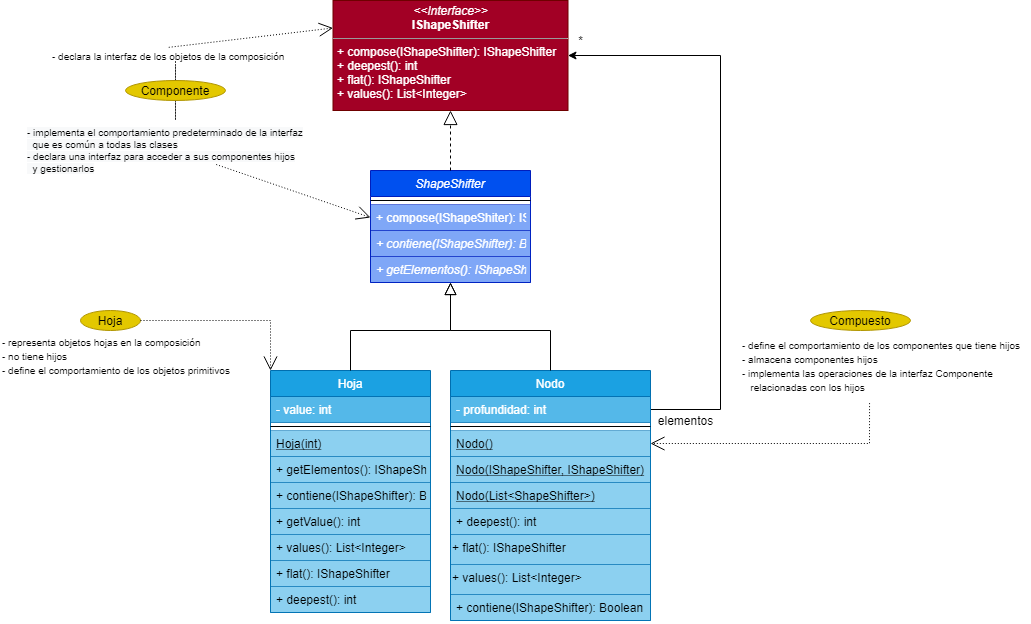
Earlier version of the draw.io export src/ar/edu/unq/po2/composite/shapeShifter/Diagrama IShapeShifter.png (leonelmontiel/unq-po2-2do). Source tidied: cells renumbered, new cells last; positions are measured from the earlier drawing's top-left corner, leaving out a move shared by most shapes.
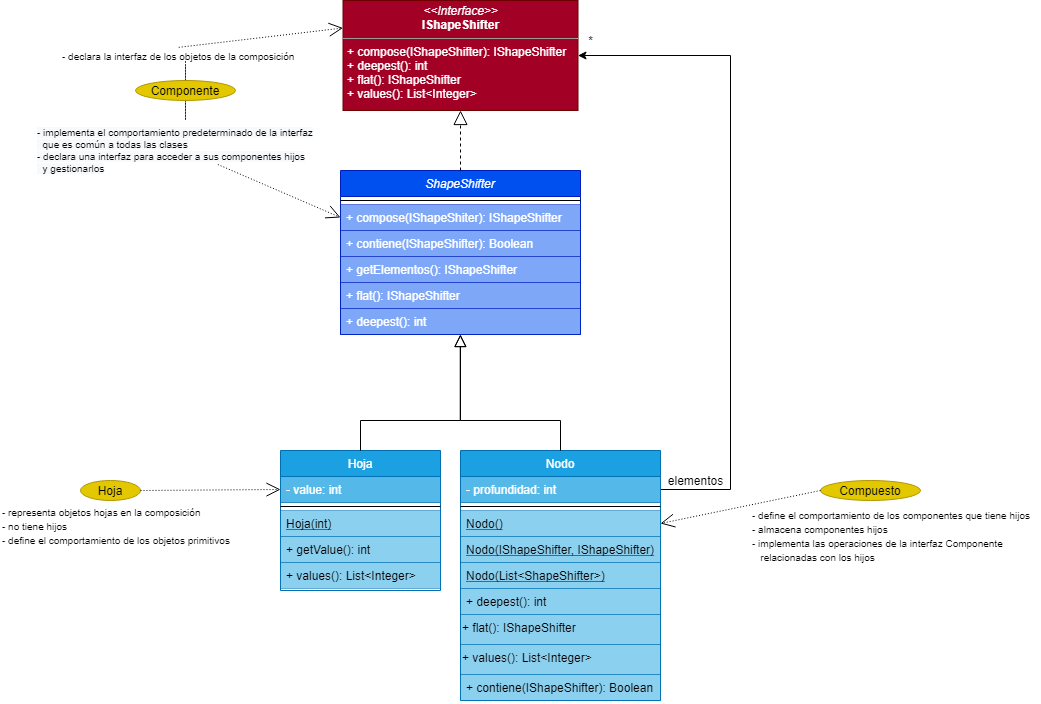
Above is the later version.

Commit message:
resubo diagrama corregido

Change to the diagram source:
```diff
@@ -3,22 +3,28 @@
     <mxCell id="0" />
     <mxCell id="1" parent="0" />
     <mxCell id="2" value="ShapeShifter" style="swimlane;fontStyle=2;align=center;verticalAlign=top;horizontal=1;startSize=26;rounded=0;shadow=0;strokeWidth=1;fillColor=#0050ef;fontColor=#ffffff;strokeColor=#001DBC;" parent="1" vertex="1">
-      <mxGeometry x="370" y="170" width="160" height="112" as="geometry" />
+      <mxGeometry x="330" y="170" width="240" height="164" as="geometry" />
     </mxCell>
     <mxCell id="3" style="line;html=1;strokeWidth=1;align=left;verticalAlign=middle;spacingTop=-1;spacingLeft=3;spacingRight=3;labelPosition=right;" parent="2" vertex="1">
-      <mxGeometry y="26" width="160" height="8" as="geometry" />
+      <mxGeometry y="26" width="240" height="8" as="geometry" />
     </mxCell>
     <mxCell id="4" value="+ compose(IShapeShiter): IShapeShifter" style="text;align=left;verticalAlign=top;spacingLeft=4;spacingRight=4;overflow=hidden;points=[[0,0.5],[1,0.5]];portConstraint=eastwest;fontStyle=0;fillColor=#0050ef;fontColor=#ffffff;strokeColor=#001DBC;opacity=50;" parent="2" vertex="1">
-      <mxGeometry y="34" width="160" height="26" as="geometry" />
+      <mxGeometry y="34" width="240" height="26" as="geometry" />
     </mxCell>
-    <mxCell id="5" value="+ contiene(IShapeShifter): Boolean" style="text;align=left;verticalAlign=top;spacingLeft=4;spacingRight=4;overflow=hidden;fontStyle=2;fillColor=#0050ef;fontColor=#ffffff;strokeColor=#001DBC;opacity=50;" parent="2" vertex="1">
-      <mxGeometry y="60" width="160" height="26" as="geometry" />
+    <mxCell id="5" value="+ contiene(IShapeShifter): Boolean" style="text;align=left;verticalAlign=top;spacingLeft=4;spacingRight=4;overflow=hidden;fontStyle=0;fillColor=#0050ef;fontColor=#ffffff;strokeColor=#001DBC;opacity=50;" parent="2" vertex="1">
+      <mxGeometry y="60" width="240" height="26" as="geometry" />
     </mxCell>
-    <mxCell id="6" value="+ getElementos(): IShapeShifter" style="text;align=left;verticalAlign=top;spacingLeft=4;spacingRight=4;overflow=hidden;fontStyle=2;fillColor=#0050ef;fontColor=#ffffff;strokeColor=#001DBC;opacity=50;" parent="2" vertex="1">
-      <mxGeometry y="86" width="160" height="26" as="geometry" />
+    <mxCell id="6" value="+ getElementos(): IShapeShifter" style="text;align=left;verticalAlign=top;spacingLeft=4;spacingRight=4;overflow=hidden;fontStyle=0;fillColor=#0050ef;fontColor=#ffffff;strokeColor=#001DBC;opacity=50;" parent="2" vertex="1">
+      <mxGeometry y="86" width="240" height="26" as="geometry" />
     </mxCell>
+    <mxCell id="15" value="+ flat(): IShapeShifter" style="text;align=left;verticalAlign=top;spacingLeft=4;spacingRight=4;overflow=hidden;fillColor=#0050ef;fontColor=#ffffff;strokeColor=#001DBC;opacity=50;" parent="2" vertex="1">
+      <mxGeometry y="112" width="240" height="26" as="geometry" />
+    </mxCell>
+    <mxCell id="16" value="+ deepest(): int" style="text;align=left;verticalAlign=top;spacingLeft=4;spacingRight=4;overflow=hidden;points=[[0,0.5],[1,0.5]];portConstraint=eastwest;fillColor=#0050ef;fontColor=#ffffff;strokeColor=#001DBC;opacity=50;" parent="2" vertex="1">
+      <mxGeometry y="138" width="240" height="26" as="geometry" />
+    </mxCell>
     <mxCell id="7" value="Hoja" style="swimlane;fontStyle=0;align=center;verticalAlign=top;horizontal=1;startSize=26;rounded=0;shadow=0;strokeWidth=1;fillColor=#1ba1e2;fontColor=#ffffff;strokeColor=#006EAF;" parent="1" vertex="1">
-      <mxGeometry x="270" y="370" width="160" height="242" as="geometry" />
+      <mxGeometry x="270" y="450" width="160" height="140" as="geometry" />
     </mxCell>
     <mxCell id="8" value="- value: int" style="text;align=left;verticalAlign=top;spacingLeft=4;spacingRight=4;overflow=hidden;points=[[0,0.5],[1,0.5]];portConstraint=eastwest;fillColor=#1ba1e2;fontColor=#ffffff;strokeColor=#006EAF;opacity=75;" parent="7" vertex="1">
       <mxGeometry y="26" width="160" height="26" as="geometry" />
@@ -29,27 +35,16 @@
     <mxCell id="10" value="Hoja(int)" style="text;align=left;verticalAlign=top;spacingLeft=4;spacingRight=4;overflow=hidden;fontStyle=4;fillColor=#1ba1e2;fontColor=#000000;strokeColor=#006EAF;opacity=50;" parent="7" vertex="1">
       <mxGeometry y="60" width="160" height="26" as="geometry" />
     </mxCell>
-    <mxCell id="11" value="+ getElementos(): IShapeShifter" style="text;align=left;verticalAlign=top;spacingLeft=4;spacingRight=4;overflow=hidden;fontStyle=0;fillColor=#1ba1e2;fontColor=#000000;strokeColor=#006EAF;opacity=50;" parent="7" vertex="1">
-      <mxGeometry y="86" width="160" height="26" as="geometry" />
-    </mxCell>
-    <mxCell id="12" value="+ contiene(IShapeShifter): Boolean" style="text;align=left;verticalAlign=top;spacingLeft=4;spacingRight=4;overflow=hidden;fontStyle=0;fillColor=#1ba1e2;fontColor=#000000;strokeColor=#006EAF;opacity=50;" parent="7" vertex="1">
-      <mxGeometry y="112" width="160" height="26" as="geometry" />
-    </mxCell>
     <mxCell id="13" value="+ getValue(): int" style="text;align=left;verticalAlign=top;spacingLeft=4;spacingRight=4;overflow=hidden;fillColor=#1ba1e2;fontColor=#000000;strokeColor=#006EAF;opacity=50;" parent="7" vertex="1">
-      <mxGeometry y="138" width="160" height="26" as="geometry" />
+      <mxGeometry y="86" width="160" height="26" as="geometry" />
     </mxCell>
     <mxCell id="14" value="+ values(): List&lt;Integer&gt;" style="text;align=left;verticalAlign=top;spacingLeft=4;spacingRight=4;overflow=hidden;fillColor=#1ba1e2;fontColor=#000000;strokeColor=#006EAF;opacity=50;" parent="7" vertex="1">
-      <mxGeometry y="164" width="160" height="26" as="geometry" />
+      <mxGeometry y="112" width="160" height="26" as="geometry" />
     </mxCell>
-    <mxCell id="15" value="+ flat(): IShapeShifter" style="text;align=left;verticalAlign=top;spacingLeft=4;spacingRight=4;overflow=hidden;fillColor=#1ba1e2;fontColor=#000000;strokeColor=#006EAF;opacity=50;" parent="7" vertex="1">
-      <mxGeometry y="190" width="160" height="26" as="geometry" />
-    </mxCell>
-    <mxCell id="16" value="+ deepest(): int" style="text;align=left;verticalAlign=top;spacingLeft=4;spacingRight=4;overflow=hidden;points=[[0,0.5],[1,0.5]];portConstraint=eastwest;fillColor=#1ba1e2;fontColor=#000000;strokeColor=#006EAF;opacity=50;" parent="7" vertex="1">
-      <mxGeometry y="216" width="160" height="26" as="geometry" />
-    </mxCell>
-    <mxCell id="17" style="endArrow=block;endSize=10;endFill=0;shadow=0;strokeWidth=1;rounded=0;edgeStyle=elbowEdgeStyle;elbow=vertical;" parent="1" edge="1" source="7" target="2">
+    <mxCell id="17" style="endArrow=block;endSize=10;endFill=0;shadow=0;strokeWidth=1;rounded=0;edgeStyle=elbowEdgeStyle;elbow=vertical;entryX=0.499;entryY=1.002;entryDx=0;entryDy=0;entryPerimeter=0;" parent="1" edge="1" source="7" target="16">
       <mxGeometry relative="1" as="geometry">
         <Array as="points">
+          <mxPoint x="450" y="420" />
           <mxPoint x="350" y="330" />
         </Array>
       </mxGeometry>
@@ -57,13 +52,13 @@
     <mxCell id="18" style="edgeStyle=orthogonalEdgeStyle;rounded=0;jettySize=auto;html=1;entryX=1;entryY=0.5;entryDx=0;entryDy=0;exitX=1;exitY=0.5;exitDx=0;exitDy=0;" parent="1" edge="1" source="20" target="30">
       <mxGeometry relative="1" as="geometry">
         <Array as="points">
-          <mxPoint x="720" y="409" />
+          <mxPoint x="720" y="489" />
           <mxPoint x="720" y="55" />
         </Array>
       </mxGeometry>
     </mxCell>
     <mxCell id="19" value="Nodo" style="swimlane;fontStyle=0;align=center;verticalAlign=top;horizontal=1;startSize=26;rounded=0;shadow=0;strokeWidth=1;fillColor=#1ba1e2;fontColor=#ffffff;strokeColor=#006EAF;" parent="1" vertex="1">
-      <mxGeometry x="450" y="370" width="200" height="250" as="geometry" />
+      <mxGeometry x="450" y="450" width="200" height="250" as="geometry" />
     </mxCell>
     <mxCell id="20" value="- profundidad: int" style="text;align=left;verticalAlign=top;spacingLeft=4;spacingRight=4;overflow=hidden;points=[[0,0.5],[1,0.5]];portConstraint=eastwest;fillColor=#1ba1e2;fontColor=#ffffff;strokeColor=#006EAF;opacity=75;" parent="19" vertex="1">
       <mxGeometry y="26" width="200" height="26" as="geometry" />
@@ -92,9 +87,10 @@
     <mxCell id="28" value="+ contiene(IShapeShifter): Boolean" style="text;align=left;verticalAlign=top;spacingLeft=4;spacingRight=4;overflow=hidden;fontStyle=0;fillColor=#1ba1e2;fontColor=#000000;strokeColor=#006EAF;opacity=50;" parent="19" vertex="1">
       <mxGeometry y="224" width="200" height="26" as="geometry" />
     </mxCell>
-    <mxCell id="29" style="endArrow=block;endSize=10;endFill=0;shadow=0;strokeWidth=1;rounded=0;edgeStyle=elbowEdgeStyle;elbow=vertical;exitX=0.5;exitY=0;exitDx=0;exitDy=0;" parent="1" edge="1" source="19" target="2">
+    <mxCell id="29" style="endArrow=block;endSize=10;endFill=0;shadow=0;strokeWidth=1;rounded=0;edgeStyle=elbowEdgeStyle;elbow=vertical;exitX=0.5;exitY=0;exitDx=0;exitDy=0;entryX=0.5;entryY=1;entryDx=0;entryDy=0;" parent="1" edge="1" source="19" target="2">
       <mxGeometry relative="1" as="geometry">
         <Array as="points">
+          <mxPoint x="450" y="420" />
           <mxPoint x="540" y="330" />
         </Array>
       </mxGeometry>
@@ -109,33 +105,25 @@
       <mxGeometry x="570" y="30" width="20" height="20" as="geometry" />
     </mxCell>
     <mxCell id="33" value="elementos" style="text;html=1;align=center;verticalAlign=middle;strokeColor=none;fillColor=none;" parent="1" vertex="1">
-      <mxGeometry x="650" y="410" width="70" height="20" as="geometry" />
+      <mxGeometry x="650" y="470" width="70" height="20" as="geometry" />
     </mxCell>
     <mxCell id="34" value="Hoja" style="ellipse;whiteSpace=wrap;html=1;fillColor=#e3c800;fontColor=#000000;strokeColor=#B09500;" parent="1" vertex="1">
-      <mxGeometry x="80" y="310" width="60" height="20" as="geometry" />
+      <mxGeometry x="70" y="480" width="60" height="20" as="geometry" />
     </mxCell>
-    <mxCell id="35" style="endArrow=open;endFill=1;endSize=12;html=1;rounded=0;exitX=1;exitY=0.5;exitDx=0;exitDy=0;entryX=0;entryY=0;entryDx=0;entryDy=0;dashed=1;dashPattern=1 2;" parent="1" edge="1" source="34" target="7">
-      <mxGeometry relative="1" as="geometry">
-        <Array as="points">
-          <mxPoint x="270" y="320" />
-        </Array>
-      </mxGeometry>
+    <mxCell id="35" style="endArrow=open;endFill=1;endSize=12;html=1;rounded=0;exitX=1;exitY=0.5;exitDx=0;exitDy=0;entryX=0;entryY=0.5;entryDx=0;entryDy=0;dashed=1;dashPattern=1 2;" parent="1" edge="1" source="34" target="8">
+      <mxGeometry relative="1" as="geometry" />
     </mxCell>
     <mxCell id="36" value="&lt;font style=&quot;font-size: 10px&quot;&gt;- representa objetos hojas en la composición&lt;br&gt;- no tiene hijos&lt;br&gt;&lt;/font&gt;&lt;div&gt;&lt;span&gt;&lt;font style=&quot;font-size: 10px&quot;&gt;- define el comportamiento de los objetos primitivos&lt;/font&gt;&lt;/span&gt;&lt;/div&gt;" style="text;html=1;align=left;verticalAlign=middle;strokeColor=none;fillColor=none;" parent="1" vertex="1">
-      <mxGeometry y="330" width="240" height="50" as="geometry" />
+      <mxGeometry x="-10" y="500" width="240" height="50" as="geometry" />
     </mxCell>
     <mxCell id="37" value="Compuesto" style="ellipse;whiteSpace=wrap;html=1;fillColor=#e3c800;fontColor=#000000;strokeColor=#B09500;" parent="1" vertex="1">
-      <mxGeometry x="810" y="310" width="100" height="20" as="geometry" />
+      <mxGeometry x="810" y="480" width="100" height="20" as="geometry" />
     </mxCell>
     <mxCell id="38" value="&lt;font style=&quot;font-size: 10px&quot;&gt;&lt;font&gt;- define el comportamiento de los componentes que tiene hijos&lt;br&gt;- almacena componentes hijos&lt;br&gt;&lt;/font&gt;&lt;font&gt;- implementa las operaciones de la interfaz Componente&lt;br&gt;&lt;/font&gt;&amp;nbsp; &amp;nbsp;relacionadas con los hijos&lt;/font&gt;" style="text;html=1;align=left;verticalAlign=middle;points=[];strokeColor=none;fillColor=none;" parent="1" vertex="1">
-      <mxGeometry x="740" y="330" width="290" height="70" as="geometry" />
+      <mxGeometry x="740" y="500" width="290" height="70" as="geometry" />
     </mxCell>
-    <mxCell id="39" style="endArrow=open;endFill=1;endSize=12;html=1;rounded=0;exitX=0.445;exitY=1.038;exitDx=0;exitDy=0;entryX=1;entryY=0.5;entryDx=0;entryDy=0;dashed=1;dashPattern=1 2;exitPerimeter=0;" parent="1" edge="1" source="38" target="22">
-      <mxGeometry relative="1" as="geometry">
-        <Array as="points">
-          <mxPoint x="869" y="443" />
-        </Array>
-      </mxGeometry>
+    <mxCell id="39" style="endArrow=open;endFill=1;endSize=12;html=1;rounded=0;entryX=1;entryY=0.5;entryDx=0;entryDy=0;dashed=1;dashPattern=1 2;exitX=0;exitY=0.5;exitDx=0;exitDy=0;" parent="1" edge="1" source="37" target="22">
+      <mxGeometry relative="1" as="geometry" />
     </mxCell>
     <mxCell id="40" style="edgeStyle=orthogonalEdgeStyle;rounded=0;jettySize=auto;html=1;exitX=0.5;exitY=0;exitDx=0;exitDy=0;dashed=1;dashPattern=1 2;fontSize=10;sourcePerimeterSpacing=0;endArrow=none;endFill=0;" parent="1" edge="1" source="42" target="43">
       <mxGeometry relative="1" as="geometry" />
```
